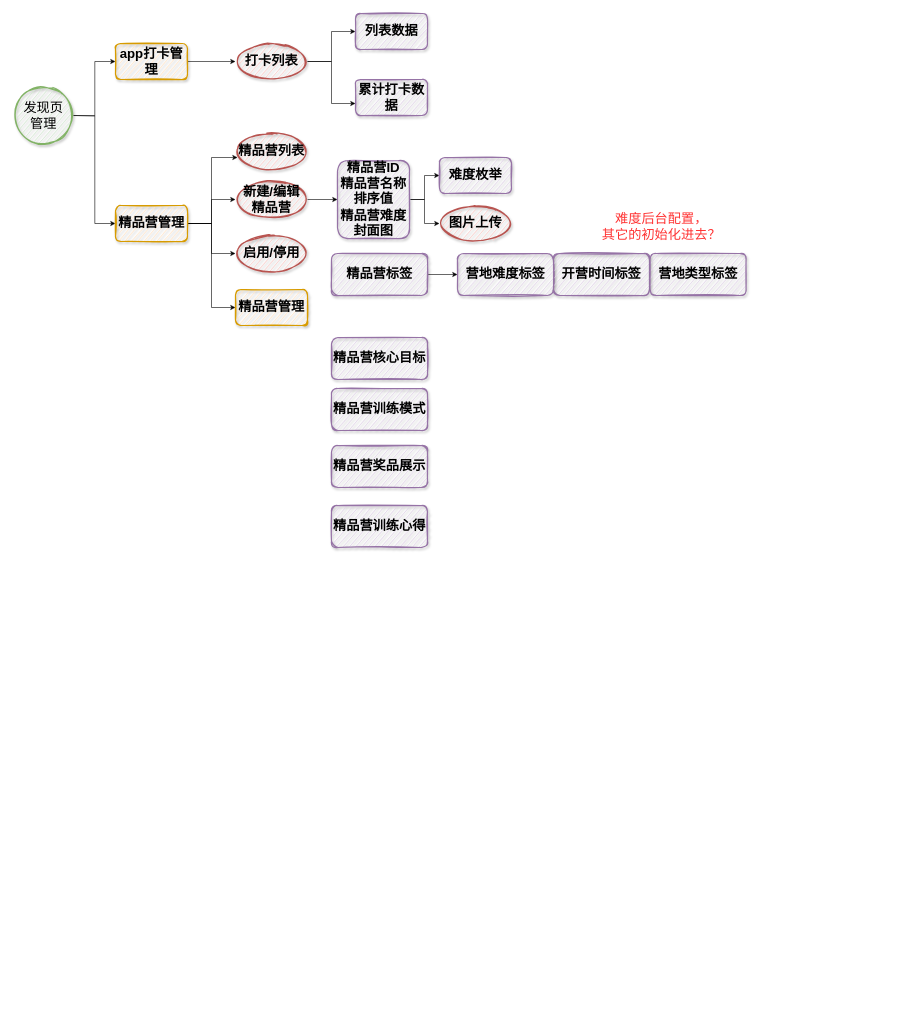
This is 570.drawio from me-Minion/draw, a draw.io file, before an edit. Source tidied: cells renumbered, new cells numbered last; positions are measured from the earlier drawing's top-left corner, leaving out a move shared by most shapes. Both pictures are drawn from the tidied source at 60%, with x=0, y=0 at pixel (13, 13).
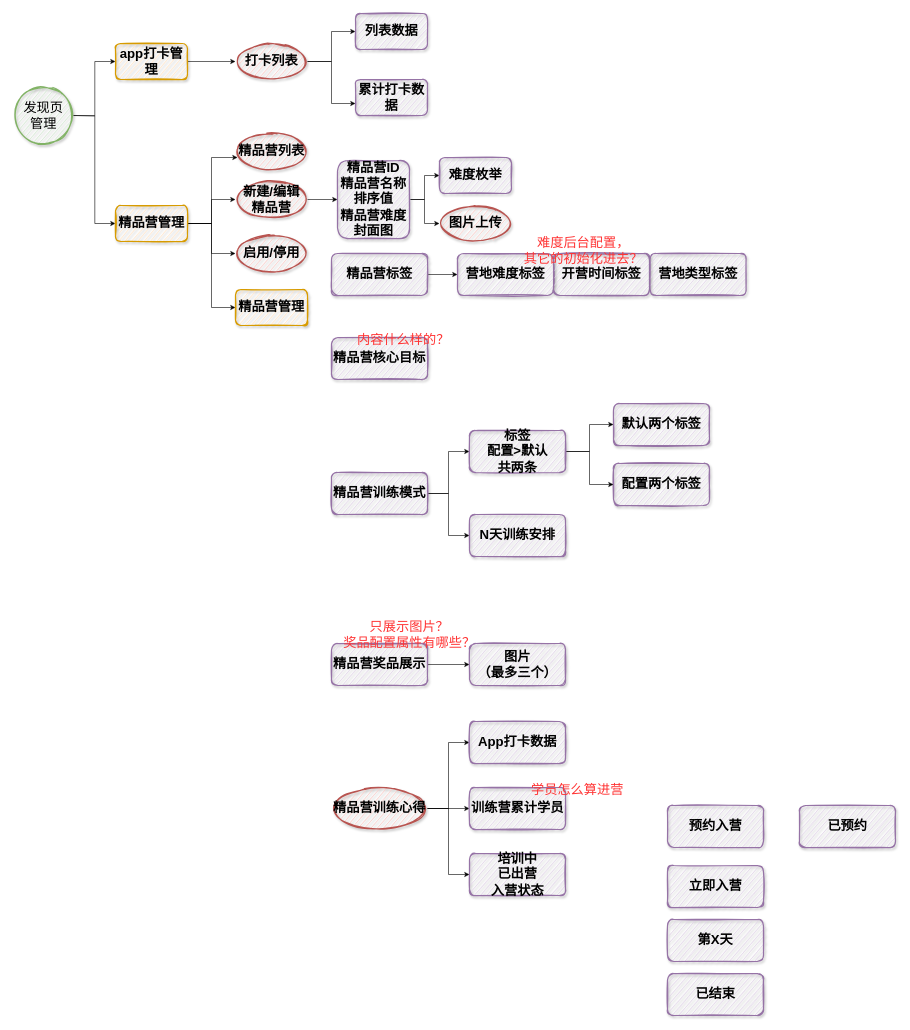
After the change.

Change to the diagram source:
```diff
@@
+    <mxCell id="37" style="edgeStyle=orthogonalEdgeStyle;rounded=0;jettySize=auto;html=1;exitX=1;exitY=0.5;exitDx=0;exitDy=0;entryX=0;entryY=0.5;entryDx=0;entryDy=0;fontSize=22;fontColor=#FF3333;" parent="1" edge="1" source="28" target="46">
+      <mxGeometry relative="1" as="geometry" />
+    </mxCell>
+    <mxCell id="38" style="edgeStyle=orthogonalEdgeStyle;rounded=0;jettySize=auto;html=1;exitX=1;exitY=0.5;exitDx=0;exitDy=0;entryX=0;entryY=0.5;entryDx=0;entryDy=0;fontSize=22;fontColor=#FF3333;" parent="1" edge="1" source="28" target="47">
+      <mxGeometry relative="1" as="geometry" />
+    </mxCell>
     <mxCell id="28" value="精品营训练模式" style="whiteSpace=wrap;html=1;fontSize=22;fillColor=#e1d5e7;strokeColor=#9673a6;rounded=1;strokeWidth=2;shadow=1;sketch=1;fontStyle=1;" parent="1" vertex="1">
-      <mxGeometry x="530" y="625" width="160" height="70" as="geometry" />
+      <mxGeometry x="530" y="765" width="160" height="70" as="geometry" />
     </mxCell>
+    <mxCell id="39" style="edgeStyle=orthogonalEdgeStyle;rounded=0;jettySize=auto;html=1;exitX=1;exitY=0.5;exitDx=0;exitDy=0;entryX=0;entryY=0.5;entryDx=0;entryDy=0;fontSize=22;fontColor=#FF3333;" parent="1" edge="1" source="29" target="48">
+      <mxGeometry relative="1" as="geometry" />
+    </mxCell>
     <mxCell id="29" value="精品营奖品展示" style="whiteSpace=wrap;html=1;fontSize=22;fillColor=#e1d5e7;strokeColor=#9673a6;rounded=1;strokeWidth=2;shadow=1;sketch=1;fontStyle=1;" parent="1" vertex="1">
-      <mxGeometry x="530" y="720" width="160" height="70" as="geometry" />
+      <mxGeometry x="530" y="1050" width="160" height="70" as="geometry" />
     </mxCell>
-    <mxCell id="30" value="精品营训练心得" style="whiteSpace=wrap;html=1;fontSize=22;fillColor=#e1d5e7;strokeColor=#9673a6;rounded=1;strokeWidth=2;shadow=1;sketch=1;fontStyle=1;" parent="1" vertex="1">
-      <mxGeometry x="530" y="820" width="160" height="70" as="geometry" />
-    </mxCell>
@@
     <mxCell id="36" value="&lt;font color=&quot;#ff3333&quot;&gt;难度后台配置，&lt;br&gt;其它的初始化进去？&lt;/font&gt;" style="text;html=1;strokeColor=none;fillColor=none;align=center;verticalAlign=middle;whiteSpace=wrap;rounded=0;shadow=1;sketch=1;fontSize=22;" parent="1" vertex="1">
-      <mxGeometry x="970" y="350" width="220" height="10" as="geometry" />
+      <mxGeometry x="840" y="390" width="220" height="10" as="geometry" />
     </mxCell>
+    <mxCell id="40" style="edgeStyle=orthogonalEdgeStyle;rounded=0;orthogonalLoop=1;jettySize=auto;html=1;exitX=0.5;exitY=1;exitDx=0;exitDy=0;fontSize=22;fontColor=#FF3333;" parent="1" edge="1" source="36" target="36">
+      <mxGeometry relative="1" as="geometry" />
+    </mxCell>
+    <mxCell id="41" value="&lt;font color=&quot;#ff3333&quot;&gt;内容什么样的？&lt;/font&gt;" style="text;html=1;strokeColor=none;fillColor=none;align=center;verticalAlign=middle;whiteSpace=wrap;rounded=0;shadow=1;sketch=1;fontSize=22;" parent="1" vertex="1">
+      <mxGeometry x="550" y="540" width="200" height="10" as="geometry" />
+    </mxCell>
+    <mxCell id="42" value="默认两个标签" style="whiteSpace=wrap;html=1;fontSize=22;fillColor=#e1d5e7;strokeColor=#9673a6;rounded=1;strokeWidth=2;shadow=1;sketch=1;fontStyle=1;" parent="1" vertex="1">
+      <mxGeometry x="1000" y="650" width="160" height="70" as="geometry" />
+    </mxCell>
+    <mxCell id="43" value="配置两个标签" style="whiteSpace=wrap;html=1;fontSize=22;fillColor=#e1d5e7;strokeColor=#9673a6;rounded=1;strokeWidth=2;shadow=1;sketch=1;fontStyle=1;" parent="1" vertex="1">
+      <mxGeometry x="1000" y="750" width="160" height="70" as="geometry" />
+    </mxCell>
+    <mxCell id="44" style="edgeStyle=orthogonalEdgeStyle;rounded=0;jettySize=auto;html=1;exitX=1;exitY=0.5;exitDx=0;exitDy=0;fontSize=22;fontColor=#FF3333;" parent="1" edge="1" source="46" target="42">
+      <mxGeometry relative="1" as="geometry" />
+    </mxCell>
+    <mxCell id="45" style="edgeStyle=orthogonalEdgeStyle;rounded=0;jettySize=auto;html=1;exitX=1;exitY=0.5;exitDx=0;exitDy=0;entryX=0;entryY=0.5;entryDx=0;entryDy=0;fontSize=22;fontColor=#FF3333;" parent="1" edge="1" source="46" target="43">
+      <mxGeometry relative="1" as="geometry" />
+    </mxCell>
+    <mxCell id="46" value="标签&lt;br&gt;配置&amp;gt;默认&lt;br&gt;共两条" style="whiteSpace=wrap;html=1;fontSize=22;fillColor=#e1d5e7;strokeColor=#9673a6;rounded=1;strokeWidth=2;shadow=1;sketch=1;fontStyle=1;" parent="1" vertex="1">
+      <mxGeometry x="760" y="695" width="160" height="70" as="geometry" />
+    </mxCell>
+    <mxCell id="47" value="N天训练安排" style="whiteSpace=wrap;html=1;fontSize=22;fillColor=#e1d5e7;strokeColor=#9673a6;rounded=1;strokeWidth=2;shadow=1;sketch=1;fontStyle=1;" parent="1" vertex="1">
+      <mxGeometry x="760" y="835" width="160" height="70" as="geometry" />
+    </mxCell>
+    <mxCell id="48" value="图片&lt;br&gt;（最多三个）" style="whiteSpace=wrap;html=1;fontSize=22;fillColor=#e1d5e7;strokeColor=#9673a6;rounded=1;strokeWidth=2;shadow=1;sketch=1;fontStyle=1;" parent="1" vertex="1">
+      <mxGeometry x="760" y="1050" width="160" height="70" as="geometry" />
+    </mxCell>
+    <mxCell id="49" value="&lt;font color=&quot;#ff3333&quot;&gt;只展示图片？&lt;br&gt;奖品配置属性有哪些？&lt;br&gt;&lt;/font&gt;" style="text;html=1;strokeColor=none;fillColor=none;align=center;verticalAlign=middle;whiteSpace=wrap;rounded=0;shadow=1;sketch=1;fontSize=22;" parent="1" vertex="1">
+      <mxGeometry x="540" y="1030" width="240" height="10" as="geometry" />
+    </mxCell>
+    <mxCell id="50" style="edgeStyle=orthogonalEdgeStyle;rounded=0;jettySize=auto;html=1;exitX=1;exitY=0.5;exitDx=0;exitDy=0;entryX=0;entryY=0.5;entryDx=0;entryDy=0;fontSize=22;fontColor=#FF3333;" parent="1" edge="1" source="30" target="53">
+      <mxGeometry relative="1" as="geometry" />
+    </mxCell>
+    <mxCell id="51" style="edgeStyle=orthogonalEdgeStyle;rounded=0;jettySize=auto;html=1;exitX=1;exitY=0.5;exitDx=0;exitDy=0;fontSize=22;fontColor=#FF3333;" parent="1" edge="1" source="30" target="54">
+      <mxGeometry relative="1" as="geometry" />
+    </mxCell>
+    <mxCell id="52" style="edgeStyle=orthogonalEdgeStyle;rounded=0;jettySize=auto;html=1;exitX=1;exitY=0.5;exitDx=0;exitDy=0;entryX=0;entryY=0.5;entryDx=0;entryDy=0;fontSize=22;fontColor=#FF3333;" parent="1" edge="1" source="30" target="56">
+      <mxGeometry relative="1" as="geometry" />
+    </mxCell>
+    <mxCell id="30" value="精品营训练心得" style="ellipse;whiteSpace=wrap;html=1;fontSize=22;fillColor=#f8cecc;strokeColor=#b85450;rounded=1;strokeWidth=2;shadow=1;sketch=1;fontStyle=1;" parent="1" vertex="1">
+      <mxGeometry x="530" y="1290" width="160" height="70" as="geometry" />
+    </mxCell>
+    <mxCell id="53" value="App打卡数据" style="whiteSpace=wrap;html=1;fontSize=22;fillColor=#e1d5e7;strokeColor=#9673a6;rounded=1;strokeWidth=2;shadow=1;sketch=1;fontStyle=1;" parent="1" vertex="1">
+      <mxGeometry x="760" y="1180" width="160" height="70" as="geometry" />
+    </mxCell>
+    <mxCell id="54" value="训练营累计学员" style="whiteSpace=wrap;html=1;fontSize=22;fillColor=#e1d5e7;strokeColor=#9673a6;rounded=1;strokeWidth=2;shadow=1;sketch=1;fontStyle=1;" parent="1" vertex="1">
+      <mxGeometry x="760" y="1290" width="160" height="70" as="geometry" />
+    </mxCell>
+    <mxCell id="55" value="学员怎么算进营" style="text;html=1;strokeColor=none;fillColor=none;align=center;verticalAlign=middle;whiteSpace=wrap;rounded=0;shadow=1;sketch=1;fontSize=22;fontColor=#FF3333;" parent="1" vertex="1">
+      <mxGeometry x="860" y="1280" width="160" height="30" as="geometry" />
+    </mxCell>
+    <mxCell id="56" value="培训中&lt;br&gt;已出营&lt;br&gt;入营状态" style="whiteSpace=wrap;html=1;fontSize=22;fillColor=#e1d5e7;strokeColor=#9673a6;rounded=1;strokeWidth=2;shadow=1;sketch=1;fontStyle=1;" parent="1" vertex="1">
+      <mxGeometry x="760" y="1400" width="160" height="70" as="geometry" />
+    </mxCell>
+    <mxCell id="57" value="预约入营" style="whiteSpace=wrap;html=1;fontSize=22;fillColor=#e1d5e7;strokeColor=#9673a6;rounded=1;strokeWidth=2;shadow=1;sketch=1;fontStyle=1;" parent="1" vertex="1">
+      <mxGeometry x="1090" y="1320" width="160" height="70" as="geometry" />
+    </mxCell>
+    <mxCell id="58" value="立即入营" style="whiteSpace=wrap;html=1;fontSize=22;fillColor=#e1d5e7;strokeColor=#9673a6;rounded=1;strokeWidth=2;shadow=1;sketch=1;fontStyle=1;" parent="1" vertex="1">
+      <mxGeometry x="1090" y="1420" width="160" height="70" as="geometry" />
+    </mxCell>
+    <mxCell id="59" value="第X天" style="whiteSpace=wrap;html=1;fontSize=22;fillColor=#e1d5e7;strokeColor=#9673a6;rounded=1;strokeWidth=2;shadow=1;sketch=1;fontStyle=1;" parent="1" vertex="1">
+      <mxGeometry x="1090" y="1510" width="160" height="70" as="geometry" />
+    </mxCell>
+    <mxCell id="60" value="已结束" style="whiteSpace=wrap;html=1;fontSize=22;fillColor=#e1d5e7;strokeColor=#9673a6;rounded=1;strokeWidth=2;shadow=1;sketch=1;fontStyle=1;" parent="1" vertex="1">
+      <mxGeometry x="1090" y="1600" width="160" height="70" as="geometry" />
+    </mxCell>
+    <mxCell id="61" value="已预约" style="whiteSpace=wrap;html=1;fontSize=22;fillColor=#e1d5e7;strokeColor=#9673a6;rounded=1;strokeWidth=2;shadow=1;sketch=1;fontStyle=1;" parent="1" vertex="1">
+      <mxGeometry x="1310" y="1320" width="160" height="70" as="geometry" />
+    </mxCell>
```
